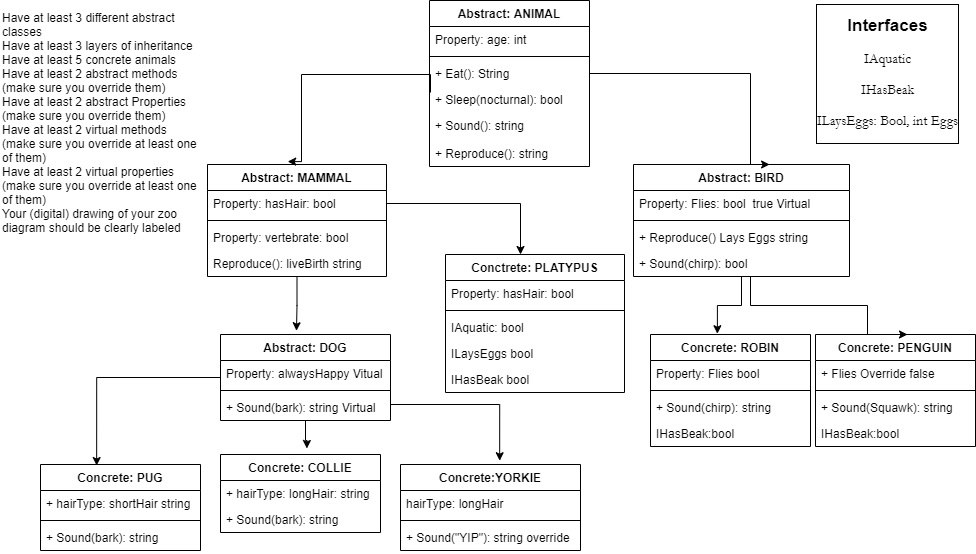
Before: Assets/CreateAZoo.png, a diagram exported from draw.io (jmcia2020/Lab06-OOP-Principles). Source tidied: cells renumbered, new cells last; positions are measured from the earlier drawing's top-left corner, leaving out a move shared by most shapes.
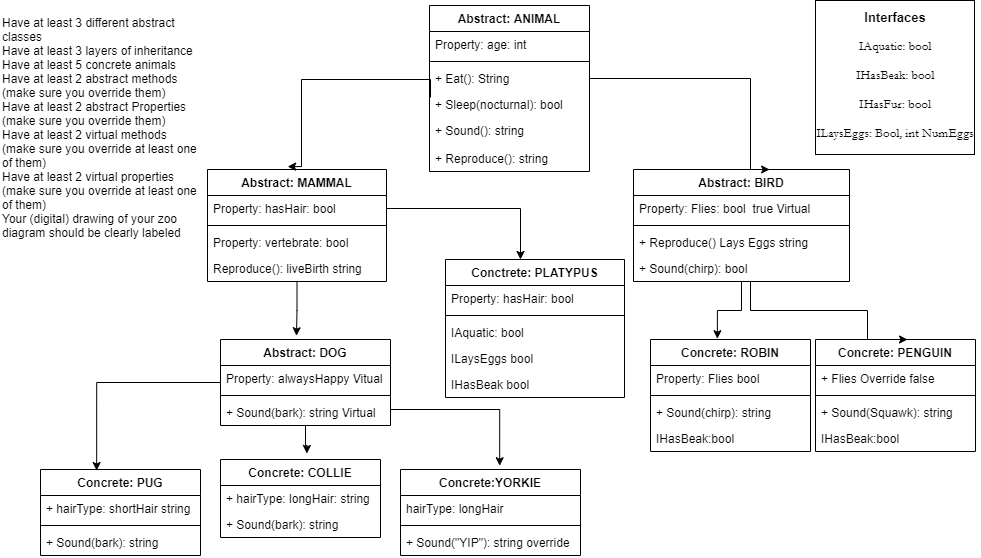
The same file after the commit.

What changed in the source:
```diff
@@ -169,8 +169,8 @@
         </Array>
       </mxGeometry>
     </mxCell>
-    <mxCell id="52" value="&lt;h1 style=&quot;font-size: 17px&quot;&gt;Interfaces&lt;/h1&gt;&lt;p style=&quot;font-size: 14px&quot;&gt;&lt;font face=&quot;Garamond&quot; style=&quot;font-size: 14px&quot;&gt;IAquatic&lt;/font&gt;&lt;/p&gt;&lt;p style=&quot;font-size: 14px&quot;&gt;&lt;font face=&quot;Garamond&quot; style=&quot;font-size: 14px&quot;&gt;IHasBeak&lt;/font&gt;&lt;/p&gt;&lt;p style=&quot;font-size: 14px&quot;&gt;&lt;font face=&quot;Garamond&quot; style=&quot;font-size: 14px&quot;&gt;ILaysEggs: Bool, int Eggs&lt;/font&gt;&lt;/p&gt;" style="text;html=1;strokeColor=none;fillColor=none;spacing=5;spacingTop=-20;whiteSpace=wrap;overflow=hidden;rounded=0;align=center;labelBorderColor=#000000;" parent="1" vertex="1">
-      <mxGeometry x="800" y="14" width="175" height="184" as="geometry" />
+    <mxCell id="52" value="&lt;h1 style=&quot;font-size: 13px&quot;&gt;Interfaces&lt;/h1&gt;&lt;p style=&quot;font-size: 13px&quot;&gt;&lt;font face=&quot;Garamond&quot; style=&quot;font-size: 13px&quot;&gt;IAquatic: bool&lt;/font&gt;&lt;/p&gt;&lt;p style=&quot;font-size: 13px&quot;&gt;&lt;font face=&quot;Garamond&quot; style=&quot;font-size: 13px&quot;&gt;IHasBeak: bool&lt;/font&gt;&lt;/p&gt;&lt;p style=&quot;font-size: 13px&quot;&gt;&lt;font face=&quot;Garamond&quot; style=&quot;font-size: 13px&quot;&gt;IHasFur: bool&lt;/font&gt;&lt;/p&gt;&lt;p style=&quot;font-size: 13px&quot;&gt;&lt;font face=&quot;Garamond&quot; style=&quot;font-size: 13px&quot;&gt;ILaysEggs: Bool, int NumEggs&lt;/font&gt;&lt;/p&gt;" style="text;html=1;strokeColor=none;fillColor=none;spacing=5;spacingTop=-20;whiteSpace=wrap;overflow=hidden;rounded=0;align=center;labelBorderColor=#000000;fontSize=13;" parent="1" vertex="1">
+      <mxGeometry x="810" y="5" width="170" height="159" as="geometry" />
     </mxCell>
     <mxCell id="53" style="edgeStyle=orthogonalEdgeStyle;rounded=0;jettySize=auto;html=1;entryX=0.63;entryY=0;entryDx=0;entryDy=0;entryPerimeter=0;" parent="1" edge="1" source="47" target="10">
       <mxGeometry relative="1" as="geometry">
```
